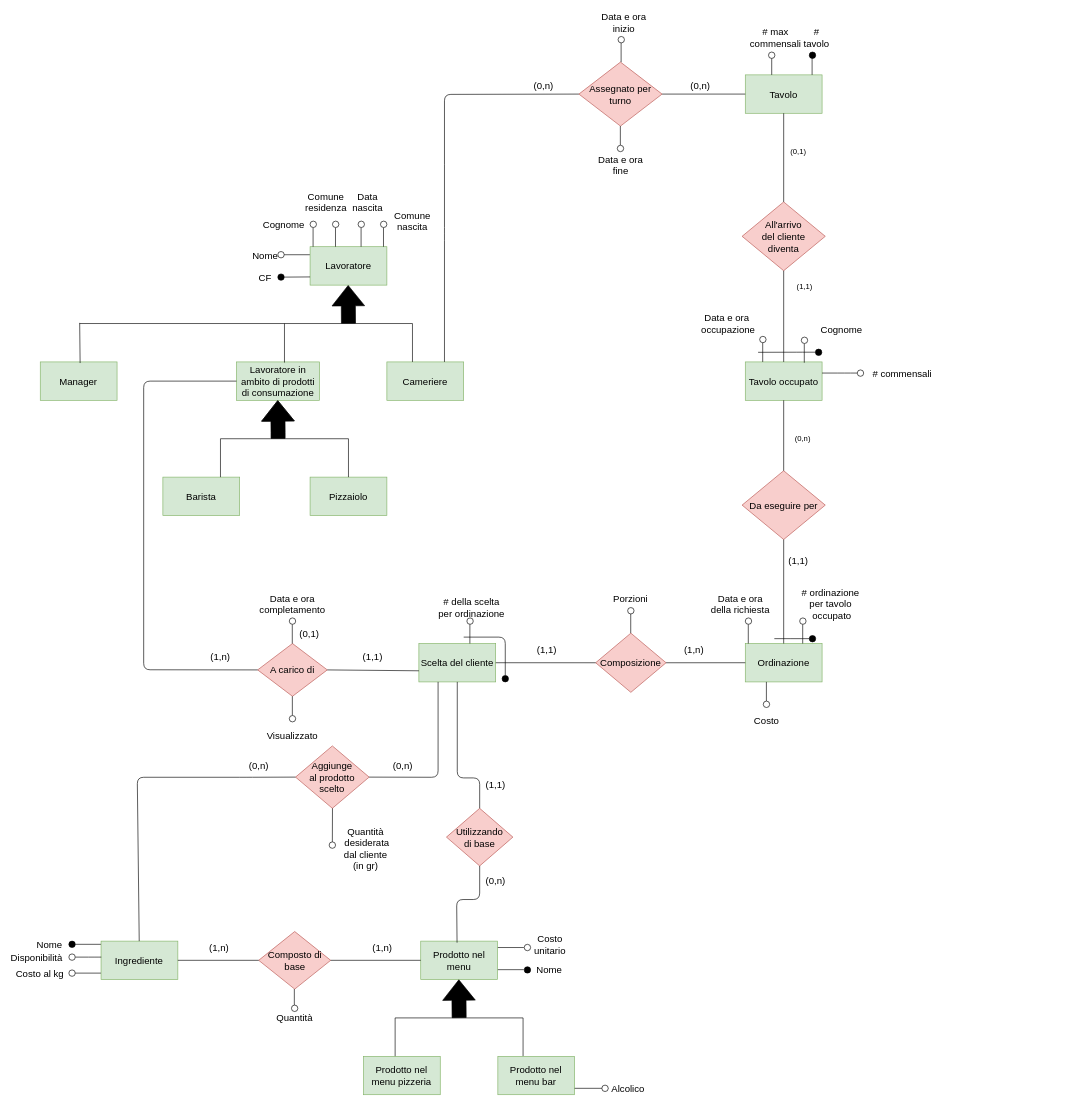
Before: ERD/ERD_EditableDiagram.drawio in StefanoBelli/pizzeria, a draw.io diagram. Source tidied: cells renumbered, new cells numbered last; positions are measured from the earlier drawing's top-left corner, leaving out a move shared by most shapes. Both pictures are drawn from the tidied source at 64%, with x=0, y=0 at pixel (11, 16).
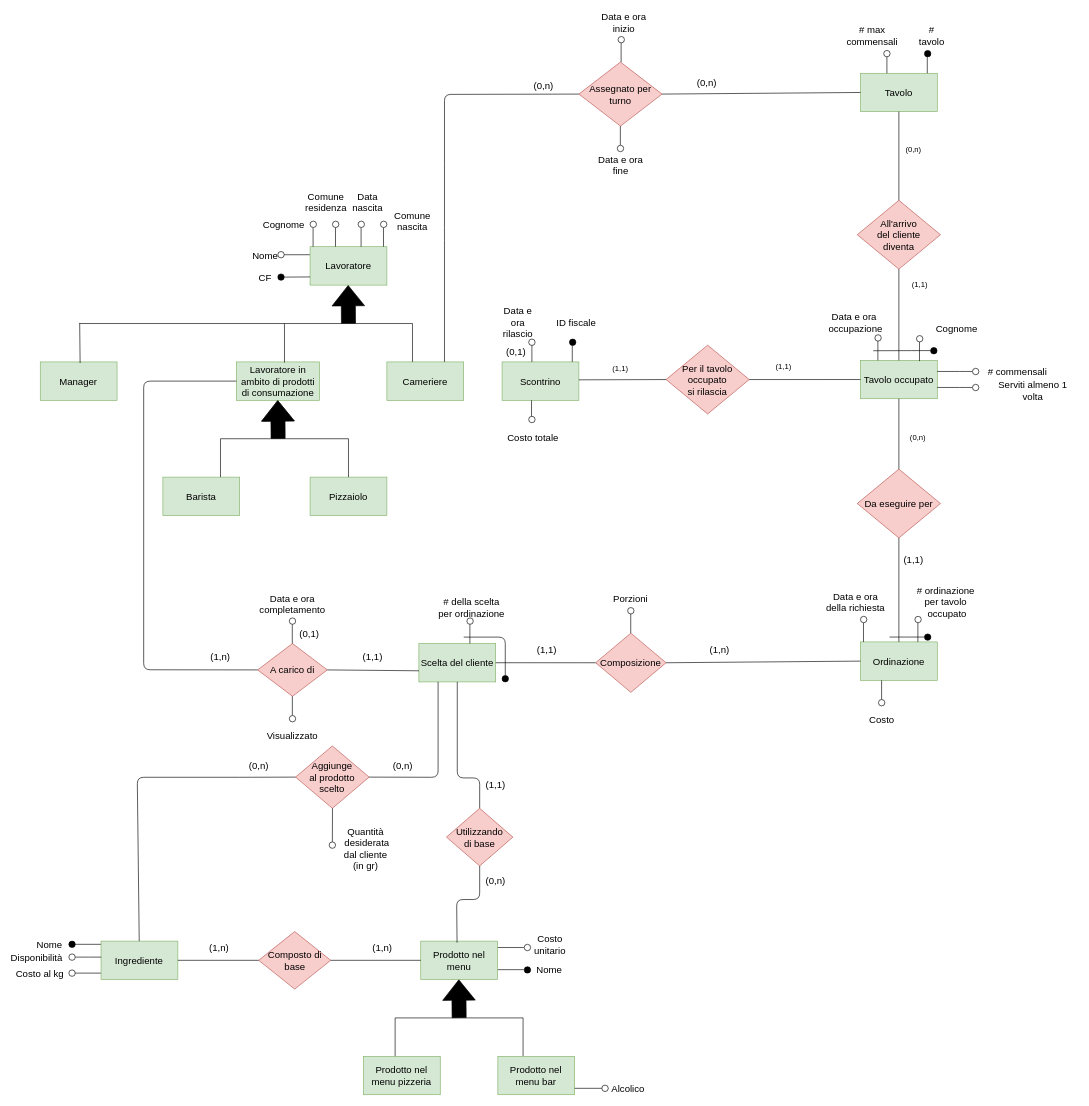
The same diagram, later.

The change refers to these unchanged cells:
```xml
<mxCell id="3" value="Assegnato per turno" style="rhombus;whiteSpace=wrap;html=1;fontSize=15;fillColor=#f8cecc;strokeColor=#b85450;" parent="1" vertex="1">
  <mxGeometry x="887" y="71.5" width="130" height="100" as="geometry" />
</mxCell>
<mxCell id="22" value="&lt;div style=&quot;font-size: 15px;&quot;&gt;Composizione&lt;/div&gt;" style="rhombus;whiteSpace=wrap;html=1;fontSize=15;fillColor=#f8cecc;strokeColor=#b85450;" parent="1" vertex="1">
  <mxGeometry x="913.2" y="963.8" width="110" height="92.5" as="geometry" />
</mxCell>
```

Diff of the diagram source:
```diff
@@
     <mxCell id="2" value="Tavolo" style="rounded=0;whiteSpace=wrap;html=1;fontSize=15;fillColor=#d5e8d4;strokeColor=#82b366;" parent="1" vertex="1">
-      <mxGeometry x="1147" y="91.5" width="120" height="60" as="geometry" />
+      <mxGeometry x="1327" y="89" width="120" height="60" as="geometry" />
     </mxCell>
@@
-    <mxCell id="9" style="endArrow=none;html=1;entryX=0;entryY=0.5;entryDx=0;entryDy=0;exitX=1;exitY=0.5;exitDx=0;exitDy=0;" parent="1" edge="1" source="3" target="2">
-      <mxGeometry relative="1" as="geometry" />
-    </mxCell>
@@
     <mxCell id="19" value="&lt;div&gt;Da eseguire per &lt;br&gt;&lt;/div&gt;" style="rhombus;whiteSpace=wrap;html=1;fontSize=15;fillColor=#f8cecc;strokeColor=#b85450;" parent="1" vertex="1">
-      <mxGeometry x="1142" y="710" width="130" height="107.5" as="geometry" />
+      <mxGeometry x="1322" y="707.5" width="130" height="107.5" as="geometry" />
     </mxCell>
     <mxCell id="20" value="Ordinazione" style="rounded=0;whiteSpace=wrap;html=1;strokeWidth=1;fontSize=15;fillColor=#d5e8d4;strokeColor=#82b366;" parent="1" vertex="1">
-      <mxGeometry x="1147" y="980" width="120" height="60" as="geometry" />
+      <mxGeometry x="1327" y="977.5" width="120" height="60" as="geometry" />
     </mxCell>
@@
-    <mxCell id="27" style="endArrow=none;html=1;fillColor=#000000;entryX=0;entryY=0.5;entryDx=0;entryDy=0;exitX=1;exitY=0.5;exitDx=0;exitDy=0;" parent="1" edge="1" source="22" target="20">
-      <mxGeometry relative="1" as="geometry" />
-    </mxCell>
@@
-    <mxCell id="63" style="endArrow=none;html=1;fillColor=#000000;fontSize=15;" parent="1" edge="1">
-      <mxGeometry relative="1" as="geometry">
-        <mxPoint x="442.4" y="1550" as="sourcePoint" />
-        <mxPoint x="442.4" y="1520" as="targetPoint" />
-      </mxGeometry>
-    </mxCell>
-    <mxCell id="64" style="ellipse;whiteSpace=wrap;html=1;fontSize=15;" parent="1" vertex="1">
-      <mxGeometry x="437.9" y="1545" width="10" height="10" as="geometry" />
-    </mxCell>
-    <mxCell id="65" value="&lt;div style=&quot;font-size: 15px;&quot;&gt;Quantità&lt;/div&gt;" style="text;html=1;strokeColor=none;fillColor=none;align=center;verticalAlign=middle;whiteSpace=wrap;rounded=0;fontSize=15;" parent="1" vertex="1">
-      <mxGeometry x="422.9" y="1555" width="40" height="20" as="geometry" />
-    </mxCell>
     <mxCell id="66" style="endArrow=none;html=1;fillColor=#000000;fontSize=15;" parent="1" edge="1">
       <mxGeometry relative="1" as="geometry">
-        <mxPoint x="1251.4" y="91.5" as="sourcePoint" />
-        <mxPoint x="1251.4" y="61.5" as="targetPoint" />
+        <mxPoint x="1431.4" y="89" as="sourcePoint" />
+        <mxPoint x="1431.4" y="59" as="targetPoint" />
       </mxGeometry>
     </mxCell>
     <mxCell id="67" style="ellipse;whiteSpace=wrap;html=1;fillColor=#000000;fontSize=15;" parent="1" vertex="1">
-      <mxGeometry x="1247" y="55.8" width="10" height="10" as="geometry" />
+      <mxGeometry x="1427" y="53.3" width="10" height="10" as="geometry" />
     </mxCell>
     <mxCell id="68" value="&lt;div style=&quot;font-size: 15px;&quot;&gt;# tavolo&lt;/div&gt;" style="text;html=1;strokeColor=none;fillColor=none;align=center;verticalAlign=middle;whiteSpace=wrap;rounded=0;fontSize=15;" parent="1" vertex="1">
-      <mxGeometry x="1232" y="22.5" width="52.5" height="20" as="geometry" />
+      <mxGeometry x="1412" y="20" width="52.5" height="20" as="geometry" />
     </mxCell>
@@
     <mxCell id="86" style="endArrow=none;html=1;fillColor=#000000;fontSize=15;" parent="1" edge="1">
       <mxGeometry relative="1" as="geometry">
-        <mxPoint x="1151.7" y="980" as="sourcePoint" />
-        <mxPoint x="1151.7" y="950" as="targetPoint" />
+        <mxPoint x="1331.7" y="977.5" as="sourcePoint" />
+        <mxPoint x="1331.7" y="947.5" as="targetPoint" />
       </mxGeometry>
     </mxCell>
     <mxCell id="87" style="ellipse;whiteSpace=wrap;html=1;fontSize=15;" parent="1" vertex="1">
-      <mxGeometry x="1147" y="940" width="10" height="10" as="geometry" />
+      <mxGeometry x="1327" y="937.5" width="10" height="10" as="geometry" />
     </mxCell>
     <mxCell id="88" value="Data e ora della richiesta" style="text;html=1;strokeColor=none;fillColor=none;align=center;verticalAlign=middle;whiteSpace=wrap;rounded=0;fontSize=15;" parent="1" vertex="1">
-      <mxGeometry x="1092" y="907.5" width="95" height="20" as="geometry" />
+      <mxGeometry x="1272" y="905" width="95" height="20" as="geometry" />
     </mxCell>
     <mxCell id="89" style="endArrow=none;html=1;fillColor=#000000;fontSize=15;" parent="1" edge="1">
       <mxGeometry relative="1" as="geometry">
-        <mxPoint x="1236.7" y="980" as="sourcePoint" />
-        <mxPoint x="1236.7" y="950" as="targetPoint" />
+        <mxPoint x="1416.7" y="977.5" as="sourcePoint" />
+        <mxPoint x="1416.7" y="947.5" as="targetPoint" />
       </mxGeometry>
     </mxCell>
     <mxCell id="90" style="ellipse;whiteSpace=wrap;html=1;fontSize=15;" parent="1" vertex="1">
-      <mxGeometry x="1232" y="940" width="10" height="10" as="geometry" />
+      <mxGeometry x="1412" y="937.5" width="10" height="10" as="geometry" />
     </mxCell>
     <mxCell id="91" value="&lt;div style=&quot;font-size: 15px&quot;&gt;# ordinazione&lt;/div&gt;&lt;div style=&quot;font-size: 15px&quot;&gt;per tavolo&lt;br style=&quot;font-size: 15px&quot;&gt;&lt;/div&gt;&amp;nbsp;occupato" style="text;html=1;strokeColor=none;fillColor=none;align=center;verticalAlign=middle;whiteSpace=wrap;rounded=0;fontSize=15;" parent="1" vertex="1">
-      <mxGeometry x="1193.3" y="907.5" width="175" height="20" as="geometry" />
+      <mxGeometry x="1373.3" y="905" width="175" height="20" as="geometry" />
     </mxCell>
@@
     <mxCell id="105" value="&lt;div&gt;(0,n)&lt;/div&gt;" style="text;html=1;strokeColor=none;fillColor=none;align=center;verticalAlign=middle;whiteSpace=wrap;rounded=0;fontSize=15;" parent="1" vertex="1">
-      <mxGeometry x="1057" y="97.8" width="40" height="20" as="geometry" />
+      <mxGeometry x="1067" y="94" width="40" height="20" as="geometry" />
     </mxCell>
     <mxCell id="106" value="(1,1)" style="text;html=1;strokeColor=none;fillColor=none;align=center;verticalAlign=middle;whiteSpace=wrap;rounded=0;fontSize=15;" parent="1" vertex="1">
-      <mxGeometry x="1209.5" y="840" width="40" height="20" as="geometry" />
+      <mxGeometry x="1389.5" y="837.5" width="40" height="20" as="geometry" />
     </mxCell>
@@
     <mxCell id="109" value="(1,n)" style="text;html=1;strokeColor=none;fillColor=none;align=center;verticalAlign=middle;whiteSpace=wrap;rounded=0;fontSize=15;" parent="1" vertex="1">
-      <mxGeometry x="1047" y="980" width="40" height="20" as="geometry" />
+      <mxGeometry x="1087" y="980" width="40" height="20" as="geometry" />
     </mxCell>
@@
     <mxCell id="117" style="endArrow=none;html=1;fillColor=#000000;fontSize=15;" parent="1" edge="1">
       <mxGeometry relative="1" as="geometry">
-        <mxPoint x="1180" y="1070" as="sourcePoint" />
-        <mxPoint x="1180" y="1040" as="targetPoint" />
+        <mxPoint x="1360" y="1067.5" as="sourcePoint" />
+        <mxPoint x="1360" y="1037.5" as="targetPoint" />
       </mxGeometry>
     </mxCell>
     <mxCell id="118" style="ellipse;whiteSpace=wrap;html=1;fontSize=15;" parent="1" vertex="1">
-      <mxGeometry x="1175.1" y="1070" width="10" height="10" as="geometry" />
+      <mxGeometry x="1355.1" y="1067.5" width="10" height="10" as="geometry" />
     </mxCell>
     <mxCell id="119" value="&lt;div&gt;Costo&lt;/div&gt;" style="text;html=1;strokeColor=none;fillColor=none;align=center;verticalAlign=middle;whiteSpace=wrap;rounded=0;fontSize=15;" parent="1" vertex="1">
-      <mxGeometry x="1138.9" y="1090" width="82.5" height="20" as="geometry" />
+      <mxGeometry x="1318.9" y="1087.5" width="82.5" height="20" as="geometry" />
     </mxCell>
@@
     <mxCell id="134" style="endArrow=none;html=1;" parent="1" edge="1">
       <mxGeometry relative="1" as="geometry">
-        <mxPoint x="1192.4" y="972.4" as="sourcePoint" />
-        <mxPoint x="1247" y="972.4" as="targetPoint" />
+        <mxPoint x="1372.4" y="969.9" as="sourcePoint" />
+        <mxPoint x="1427" y="969.9" as="targetPoint" />
         <Array as="points">
-          <mxPoint x="1227" y="972.4" />
+          <mxPoint x="1407" y="969.9" />
         </Array>
       </mxGeometry>
     </mxCell>
     <mxCell id="135" style="ellipse;whiteSpace=wrap;html=1;fillColor=#000000;fontSize=15;" parent="1" vertex="1">
-      <mxGeometry x="1247" y="967.5" width="10" height="10" as="geometry" />
+      <mxGeometry x="1427" y="965" width="10" height="10" as="geometry" />
     </mxCell>
@@
     <mxCell id="140" value="Tavolo occupato" style="rounded=0;whiteSpace=wrap;html=1;fontSize=15;fillColor=#d5e8d4;strokeColor=#82b366;" parent="1" vertex="1">
-      <mxGeometry x="1147" y="540" width="120" height="60" as="geometry" />
+      <mxGeometry x="1327" y="537.5" width="120" height="60" as="geometry" />
     </mxCell>
     <mxCell id="141" style="endArrow=none;html=1;fillColor=#000000;fontSize=15;" parent="1" edge="1">
       <mxGeometry relative="1" as="geometry">
-        <mxPoint x="1188.3" y="91.5" as="sourcePoint" />
-        <mxPoint x="1188.3" y="61.5" as="targetPoint" />
+        <mxPoint x="1368.3" y="89" as="sourcePoint" />
+        <mxPoint x="1368.3" y="59" as="targetPoint" />
       </mxGeometry>
     </mxCell>
     <mxCell id="142" style="ellipse;whiteSpace=wrap;html=1;fontSize=15;fillColor=#FFFFFF;" parent="1" vertex="1">
-      <mxGeometry x="1183.3" y="55.8" width="10" height="10" as="geometry" />
+      <mxGeometry x="1363.3" y="53.3" width="10" height="10" as="geometry" />
     </mxCell>
     <mxCell id="143" value="# max&lt;br&gt;commensali" style="text;html=1;strokeColor=none;fillColor=none;align=center;verticalAlign=middle;whiteSpace=wrap;rounded=0;fontSize=15;" parent="1" vertex="1">
-      <mxGeometry x="1168.3" y="22.5" width="52.5" height="20" as="geometry" />
+      <mxGeometry x="1318.9" y="20" width="52.5" height="20" as="geometry" />
     </mxCell>
     <mxCell id="144" value="All'arrivo&lt;br&gt;del cliente&lt;br&gt;diventa" style="rhombus;whiteSpace=wrap;html=1;fontSize=15;fillColor=#f8cecc;strokeColor=#b85450;" parent="1" vertex="1">
-      <mxGeometry x="1142" y="290" width="130" height="107.5" as="geometry" />
+      <mxGeometry x="1322" y="287.5" width="130" height="107.5" as="geometry" />
     </mxCell>
@@
     <mxCell id="148" style="endArrow=none;html=1;fillColor=#000000;fontSize=15;" parent="1" edge="1">
       <mxGeometry relative="1" as="geometry">
-        <mxPoint x="1174.2" y="540" as="sourcePoint" />
-        <mxPoint x="1174.2" y="510" as="targetPoint" />
+        <mxPoint x="1354.2" y="537.5" as="sourcePoint" />
+        <mxPoint x="1354.2" y="507.5" as="targetPoint" />
       </mxGeometry>
     </mxCell>
     <mxCell id="149" style="ellipse;whiteSpace=wrap;html=1;fontSize=15;" parent="1" vertex="1">
-      <mxGeometry x="1169.5" y="500" width="10" height="10" as="geometry" />
+      <mxGeometry x="1349.5" y="497.5" width="10" height="10" as="geometry" />
     </mxCell>
     <mxCell id="150" value="Data e ora&amp;nbsp; occupazione" style="text;html=1;strokeColor=none;fillColor=none;align=center;verticalAlign=middle;whiteSpace=wrap;rounded=0;fontSize=15;" parent="1" vertex="1">
-      <mxGeometry x="1073.3" y="470" width="95" height="20" as="geometry" />
+      <mxGeometry x="1272" y="467.5" width="95" height="20" as="geometry" />
     </mxCell>
     <mxCell id="151" style="endArrow=none;html=1;fillColor=#000000;fontSize=15;" parent="1" edge="1">
       <mxGeometry relative="1" as="geometry">
-        <mxPoint x="1239.2" y="541.2" as="sourcePoint" />
-        <mxPoint x="1239.2" y="511.2" as="targetPoint" />
+        <mxPoint x="1419.2" y="538.8" as="sourcePoint" />
+        <mxPoint x="1419.2" y="508.8" as="targetPoint" />
       </mxGeometry>
     </mxCell>
     <mxCell id="152" style="ellipse;whiteSpace=wrap;html=1;fontSize=15;" parent="1" vertex="1">
-      <mxGeometry x="1234.5" y="501.2" width="10" height="10" as="geometry" />
+      <mxGeometry x="1414.5" y="498.8" width="10" height="10" as="geometry" />
     </mxCell>
     <mxCell id="153" value="Cognome" style="text;html=1;strokeColor=none;fillColor=none;align=center;verticalAlign=middle;whiteSpace=wrap;rounded=0;fontSize=15;" parent="1" vertex="1">
-      <mxGeometry x="1249.5" y="480" width="95" height="20" as="geometry" />
+      <mxGeometry x="1429.5" y="477.5" width="95" height="20" as="geometry" />
     </mxCell>
     <mxCell id="154" style="endArrow=none;html=1;" parent="1" edge="1">
       <mxGeometry relative="1" as="geometry">
-        <mxPoint x="1267" y="557.4" as="sourcePoint" />
-        <mxPoint x="1321.6" y="557.4" as="targetPoint" />
+        <mxPoint x="1447" y="554.9" as="sourcePoint" />
+        <mxPoint x="1501.6" y="554.9" as="targetPoint" />
         <Array as="points">
-          <mxPoint x="1301.6" y="557.4" />
+          <mxPoint x="1481.6" y="554.9" />
         </Array>
       </mxGeometry>
     </mxCell>
     <mxCell id="155" style="ellipse;whiteSpace=wrap;html=1;fontSize=15;" parent="1" vertex="1">
-      <mxGeometry x="1322" y="552.5" width="10" height="10" as="geometry" />
+      <mxGeometry x="1502" y="550" width="10" height="10" as="geometry" />
     </mxCell>
     <mxCell id="156" value="# commensali" style="text;html=1;strokeColor=none;fillColor=none;align=center;verticalAlign=middle;whiteSpace=wrap;rounded=0;fontSize=15;" parent="1" vertex="1">
-      <mxGeometry x="1344.5" y="547.5" width="95" height="20" as="geometry" />
+      <mxGeometry x="1524.5" y="545" width="95" height="20" as="geometry" />
     </mxCell>
     <mxCell id="157" style="endArrow=none;html=1;" parent="1" edge="1">
       <mxGeometry relative="1" as="geometry">
-        <mxPoint x="1167" y="525" as="sourcePoint" />
-        <mxPoint x="1256.6" y="524.8" as="targetPoint" />
+        <mxPoint x="1347" y="522.5" as="sourcePoint" />
+        <mxPoint x="1436.6" y="522.3" as="targetPoint" />
         <Array as="points">
-          <mxPoint x="1236.6" y="524.8" />
+          <mxPoint x="1416.6" y="522.3" />
         </Array>
       </mxGeometry>
     </mxCell>
     <mxCell id="158" style="ellipse;whiteSpace=wrap;html=1;fillColor=#000000;fontSize=15;" parent="1" vertex="1">
-      <mxGeometry x="1256.6" y="520" width="10" height="10" as="geometry" />
+      <mxGeometry x="1436.6" y="517.5" width="10" height="10" as="geometry" />
     </mxCell>
-    <mxCell id="159" value="(0,1)" style="text;html=1;strokeColor=none;fillColor=none;align=center;verticalAlign=middle;whiteSpace=wrap;rounded=0;" parent="1" vertex="1">
-      <mxGeometry x="1209.5" y="201.5" width="40" height="20" as="geometry" />
+    <mxCell id="159" value="(0,n)" style="text;html=1;strokeColor=none;fillColor=none;align=center;verticalAlign=middle;whiteSpace=wrap;rounded=0;" parent="1" vertex="1">
+      <mxGeometry x="1389.5" y="199" width="40" height="20" as="geometry" />
     </mxCell>
     <mxCell id="160" value="(1,1)" style="text;html=1;strokeColor=none;fillColor=none;align=center;verticalAlign=middle;whiteSpace=wrap;rounded=0;" parent="1" vertex="1">
-      <mxGeometry x="1219.5" y="412.5" width="40" height="20" as="geometry" />
+      <mxGeometry x="1399.5" y="410" width="40" height="20" as="geometry" />
     </mxCell>
     <mxCell id="161" value="(0,n)" style="text;html=1;strokeColor=none;fillColor=none;align=center;verticalAlign=middle;whiteSpace=wrap;rounded=0;" parent="1" vertex="1">
-      <mxGeometry x="1216.6" y="650" width="40" height="20" as="geometry" />
+      <mxGeometry x="1396.6" y="647.5" width="40" height="20" as="geometry" />
     </mxCell>
+    <mxCell id="162" value="Scontrino" style="rounded=0;whiteSpace=wrap;html=1;fontSize=15;fillColor=#d5e8d4;strokeColor=#82b366;" parent="1" vertex="1">
+      <mxGeometry x="767" y="540" width="120" height="60" as="geometry" />
+    </mxCell>
+    <mxCell id="9" style="endArrow=none;html=1;entryX=0;entryY=0.5;entryDx=0;entryDy=0;exitX=1;exitY=0.5;exitDx=0;exitDy=0;" parent="1" edge="1" source="3" target="2">
+      <mxGeometry relative="1" as="geometry" />
+    </mxCell>
+    <mxCell id="27" style="endArrow=none;html=1;entryX=0;entryY=0.5;entryDx=0;entryDy=0;exitX=1;exitY=0.5;exitDx=0;exitDy=0;" parent="1" edge="1" source="22" target="20">
+      <mxGeometry relative="1" as="geometry" />
+    </mxCell>
+    <mxCell id="163" value="Per il tavolo&lt;br&gt;occupato&lt;br&gt;si rilascia" style="rhombus;whiteSpace=wrap;html=1;fontSize=15;fillColor=#f8cecc;strokeColor=#b85450;" parent="1" vertex="1">
+      <mxGeometry x="1023.2" y="513.8" width="130" height="107.5" as="geometry" />
+    </mxCell>
+    <mxCell id="164" style="endArrow=none;html=1;entryX=0;entryY=0.5;entryDx=0;entryDy=0;" parent="1" edge="1" target="163">
+      <mxGeometry relative="1" as="geometry">
+        <mxPoint x="887" y="568" as="sourcePoint" />
+      </mxGeometry>
+    </mxCell>
+    <mxCell id="165" style="endArrow=none;html=1;entryX=0;entryY=0.5;entryDx=0;entryDy=0;exitX=1;exitY=0.5;exitDx=0;exitDy=0;" parent="1" edge="1" source="163" target="140">
+      <mxGeometry relative="1" as="geometry" />
+    </mxCell>
+    <mxCell id="166" value="(1,1)" style="text;html=1;strokeColor=none;fillColor=none;align=center;verticalAlign=middle;whiteSpace=wrap;rounded=0;" parent="1" vertex="1">
+      <mxGeometry x="1187" y="537.5" width="40" height="20" as="geometry" />
+    </mxCell>
+    <mxCell id="167" value="(1,1)" style="text;html=1;strokeColor=none;fillColor=none;align=center;verticalAlign=middle;whiteSpace=wrap;rounded=0;" parent="1" vertex="1">
+      <mxGeometry x="932" y="540" width="40" height="20" as="geometry" />
+    </mxCell>
+    <mxCell id="168" style="endArrow=none;html=1;" parent="1" edge="1">
+      <mxGeometry relative="1" as="geometry">
+        <mxPoint x="1447" y="579.9" as="sourcePoint" />
+        <mxPoint x="1501.6" y="579.9" as="targetPoint" />
+        <Array as="points">
+          <mxPoint x="1481.6" y="579.9" />
+        </Array>
+      </mxGeometry>
+    </mxCell>
+    <mxCell id="169" style="ellipse;whiteSpace=wrap;html=1;fontSize=15;" parent="1" vertex="1">
+      <mxGeometry x="1502" y="575" width="10" height="10" as="geometry" />
+    </mxCell>
+    <mxCell id="170" value="Serviti almeno 1 volta" style="text;html=1;strokeColor=none;fillColor=none;align=center;verticalAlign=middle;whiteSpace=wrap;rounded=0;fontSize=15;" parent="1" vertex="1">
+      <mxGeometry x="1524.5" y="575" width="142.5" height="20" as="geometry" />
+    </mxCell>
+    <mxCell id="171" style="endArrow=none;html=1;fillColor=#000000;fontSize=15;" parent="1" edge="1">
+      <mxGeometry relative="1" as="geometry">
+        <mxPoint x="876.7" y="540" as="sourcePoint" />
+        <mxPoint x="876.7" y="510" as="targetPoint" />
+      </mxGeometry>
+    </mxCell>
+    <mxCell id="172" style="ellipse;whiteSpace=wrap;html=1;fillColor=#000000;fontSize=15;" parent="1" vertex="1">
+      <mxGeometry x="872.3" y="504.3" width="10" height="10" as="geometry" />
+    </mxCell>
+    <mxCell id="173" value="ID fiscale" style="text;html=1;strokeColor=none;fillColor=none;align=center;verticalAlign=middle;whiteSpace=wrap;rounded=0;fontSize=15;" parent="1" vertex="1">
+      <mxGeometry x="843.2" y="467.5" width="79.7" height="20" as="geometry" />
+    </mxCell>
+    <mxCell id="174" style="endArrow=none;html=1;fillColor=#000000;fontSize=15;" parent="1" edge="1">
+      <mxGeometry relative="1" as="geometry">
+        <mxPoint x="813.6" y="540" as="sourcePoint" />
+        <mxPoint x="813.6" y="510" as="targetPoint" />
+      </mxGeometry>
+    </mxCell>
+    <mxCell id="175" style="ellipse;whiteSpace=wrap;html=1;fontSize=15;fillColor=#FFFFFF;" parent="1" vertex="1">
+      <mxGeometry x="808.6" y="504.3" width="10" height="10" as="geometry" />
+    </mxCell>
+    <mxCell id="176" value="Data e ora&lt;br&gt;rilascio" style="text;html=1;strokeColor=none;fillColor=none;align=center;verticalAlign=middle;whiteSpace=wrap;rounded=0;fontSize=15;" parent="1" vertex="1">
+      <mxGeometry x="757" y="467.5" width="69.7" height="20" as="geometry" />
+    </mxCell>
+    <mxCell id="177" value="&lt;font style=&quot;font-size: 15px&quot;&gt;(0,1)&lt;/font&gt;" style="text;html=1;strokeColor=none;fillColor=none;align=center;verticalAlign=middle;whiteSpace=wrap;rounded=0;" parent="1" vertex="1">
+      <mxGeometry x="768.6" y="513.8" width="40" height="20" as="geometry" />
+    </mxCell>
+    <mxCell id="178" style="endArrow=none;html=1;fillColor=#000000;fontSize=15;" parent="1" edge="1">
+      <mxGeometry relative="1" as="geometry">
+        <mxPoint x="813" y="630" as="sourcePoint" />
+        <mxPoint x="813" y="600" as="targetPoint" />
+      </mxGeometry>
+    </mxCell>
+    <mxCell id="179" style="ellipse;whiteSpace=wrap;html=1;fontSize=15;" parent="1" vertex="1">
+      <mxGeometry x="808.6" y="625" width="10" height="10" as="geometry" />
+    </mxCell>
+    <mxCell id="180" value="Costo totale" style="text;html=1;strokeColor=none;fillColor=none;align=center;verticalAlign=middle;whiteSpace=wrap;rounded=0;fontSize=15;" parent="1" vertex="1">
+      <mxGeometry x="773.6" y="647.5" width="83.4" height="20" as="geometry" />
+    </mxCell>
```
